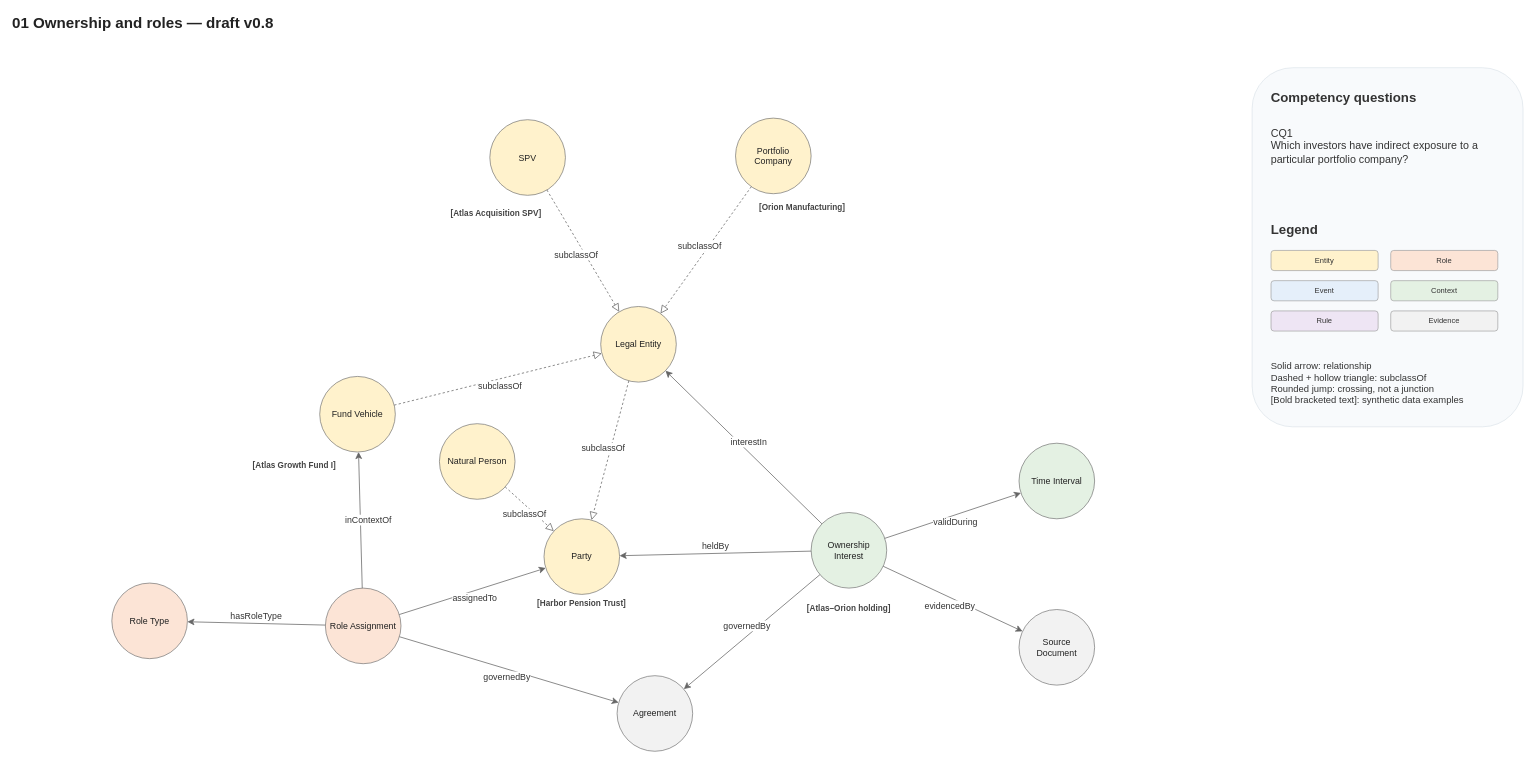
Before: page "01 Ownership and roles" (2 of 6) of model/xb-pei-model.drawio in ssfd7/cross-border-pei, a draw.io diagram. Source tidied: cells renumbered, new cells numbered last; positions are measured from the earlier drawing's top-left corner, leaving out a move shared by most shapes. Both pictures are drawn from the tidied source at 63%, with x=0, y=0 at pixel (11, 11).
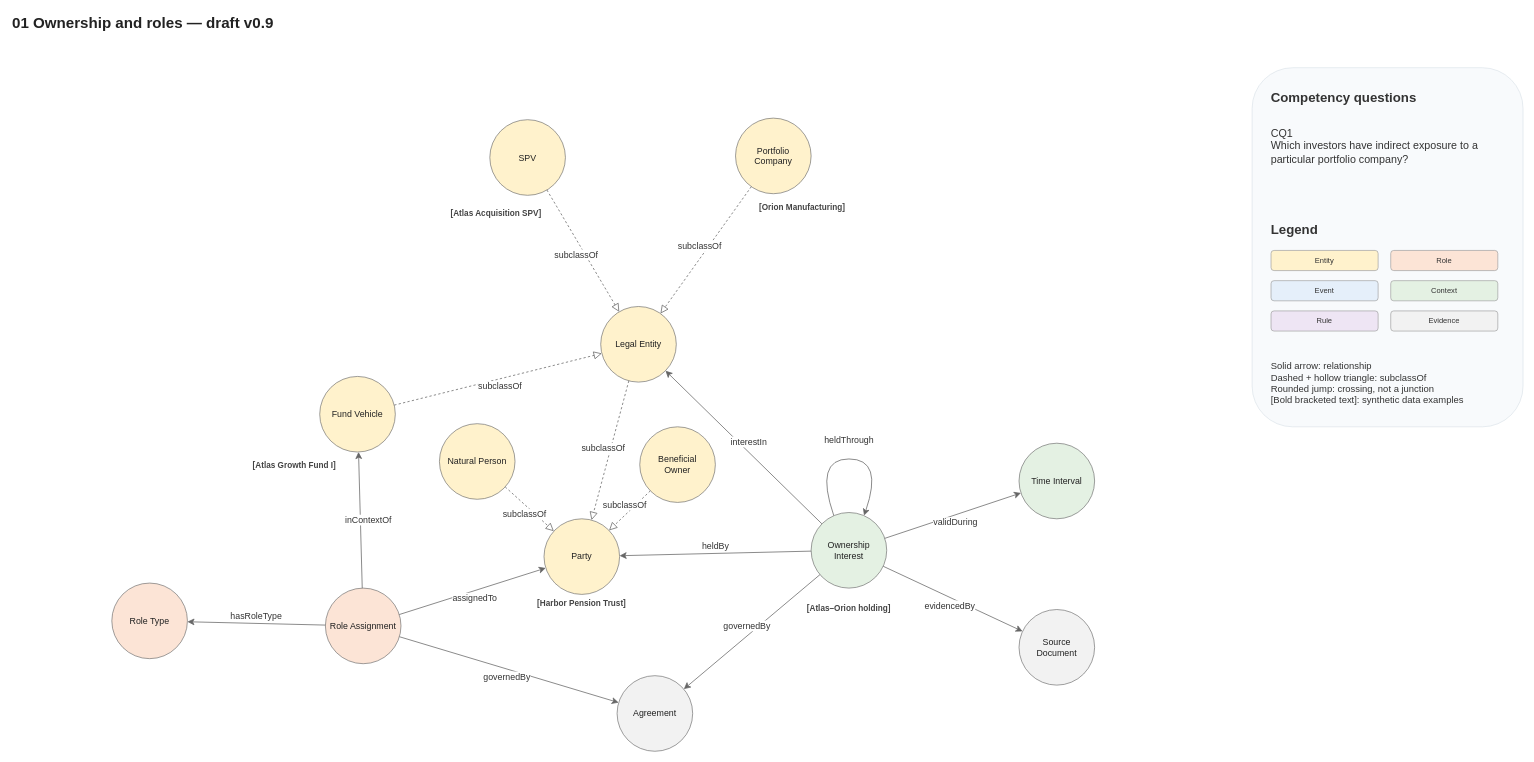
The same page after the edit.

Commit message (it also covers changes not shown here):
Bring the diagram to v0.9: Beneficial Owner and heldThrough

The change refers to these unchanged cells:
```xml
<mxCell id="3" value="Party" style="shape=ellipse;perimeter=ellipsePerimeter;whiteSpace=wrap;html=0;fillColor=#FFF2CC;strokeColor=#666666;strokeWidth=1;fontSize=14;fontColor=#222222;spacing=8;" parent="1" vertex="1">
  <mxGeometry x="846" y="806" width="120" height="120" as="geometry" />
</mxCell>
<mxCell id="12" value="Ownership&#10;Interest" style="shape=ellipse;perimeter=ellipsePerimeter;whiteSpace=wrap;html=0;fillColor=#E4F1E3;strokeColor=#666666;strokeWidth=1;fontSize=14;fontColor=#222222;spacing=8;" parent="1" vertex="1">
  <mxGeometry x="1270" y="796" width="120" height="120" as="geometry" />
</mxCell>
```

What changed in the source:
```diff
@@
-    <mxCell id="2" value="01 Ownership and roles — draft v0.8" style="shape=label;fillColor=none;strokeColor=none;html=1;align=left;fontSize=24;fontStyle=1;fontColor=#222222;" parent="1" vertex="1">
+    <mxCell id="2" value="01 Ownership and roles — draft v0.9" style="shape=label;fillColor=none;strokeColor=none;html=1;align=left;fontSize=24;fontStyle=1;fontColor=#222222;" parent="1" vertex="1">
       <mxGeometry width="1700" height="40" as="geometry" />
     </mxCell>
@@
+    <mxCell id="45" value="Beneficial&#10;Owner" style="shape=ellipse;perimeter=ellipsePerimeter;whiteSpace=wrap;html=0;fillColor=#FFF2CC;strokeColor=#666666;strokeWidth=1;fontSize=14;fontColor=#222222;spacing=8;" parent="1" vertex="1">
+      <mxGeometry x="998" y="660" width="120" height="120" as="geometry" />
+    </mxCell>
+    <mxCell id="46" value="subclassOf" style="edgeStyle=none;html=1;rounded=0;strokeColor=#666666;strokeWidth=1.2;fontSize=14;fontColor=#333333;labelBackgroundColor=#FFFFFF;dashed=1;endArrow=block;endFill=0;endSize=10;startArrow=none;curved=0;jumpStyle=arc;jumpSize=8;" parent="1" edge="1" source="45" target="3">
+      <mxGeometry y="-12" relative="1" as="geometry" />
+    </mxCell>
+    <mxCell id="47" value="heldThrough" style="edgeStyle=none;html=1;rounded=0;strokeColor=#666666;strokeWidth=1.2;fontSize=14;fontColor=#333333;labelBackgroundColor=#FFFFFF;endArrow=classic;endSize=8;curved=1;jumpStyle=arc;jumpSize=8;exitX=0.3;exitY=0.04;exitDx=0;exitDy=0;entryX=0.7;entryY=0.04;entryDx=0;entryDy=0;" parent="1" edge="1" source="12" target="12">
+      <mxGeometry relative="1" as="geometry">
+        <Array as="points">
+          <mxPoint x="1275" y="711" />
+          <mxPoint x="1385" y="711" />
+        </Array>
+        <mxPoint y="-30" as="offset" />
+      </mxGeometry>
+    </mxCell>
```
